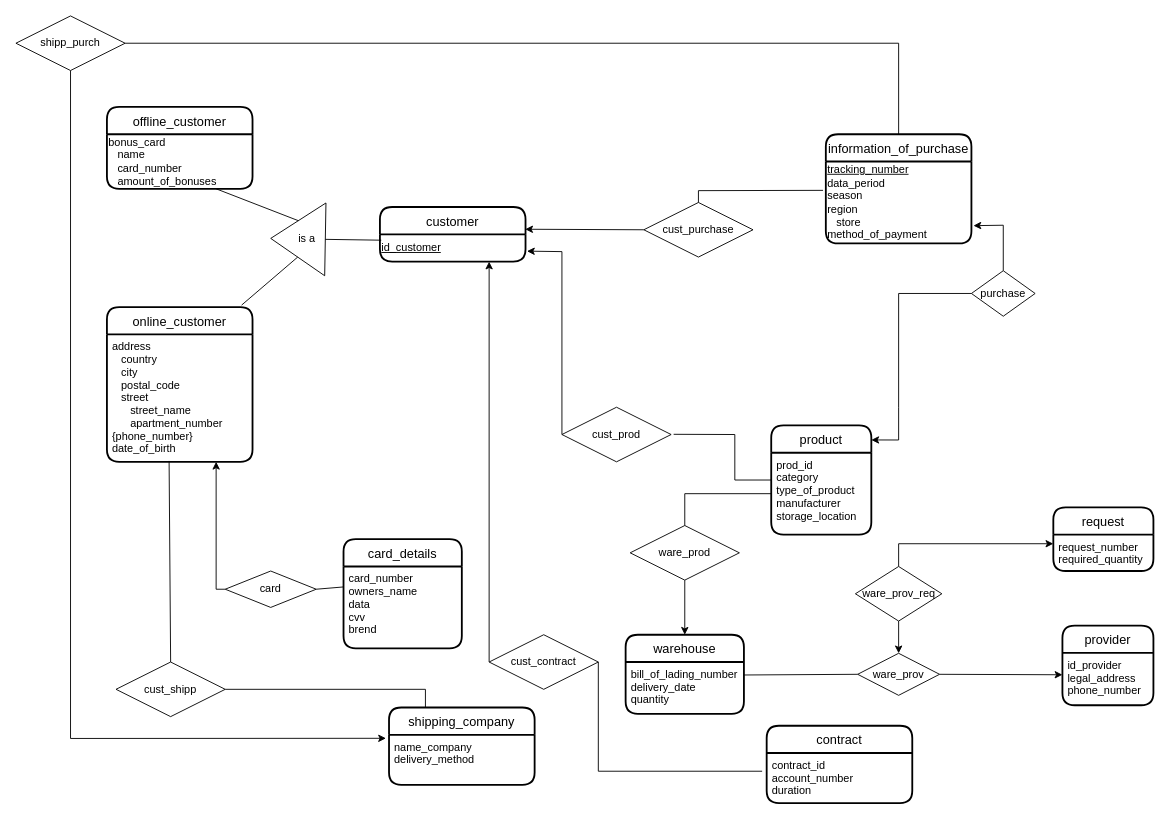
Earlier version of the draw.io diagram Untitled Diagram.drawio (Adilbek-Asilzat/DB). Source tidied: cells renumbered, new cells numbered last; positions are measured from the earlier drawing's top-left corner, leaving out a move shared by most shapes. Both pictures are drawn from the tidied source at 91%, with x=0, y=0 at pixel (15, 15).
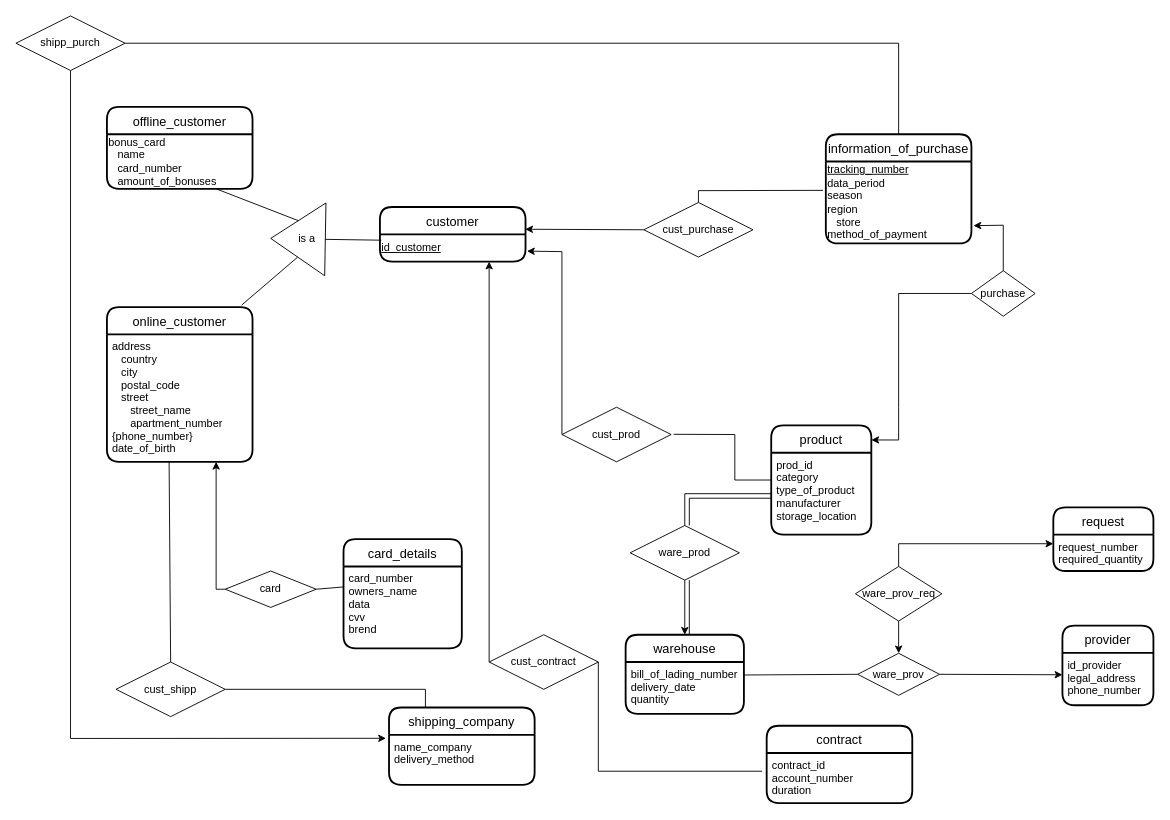
The same diagram, later.

The edit, as a diff of the source:
```diff
@@
+    <mxCell id="60" style="endArrow=none;html=1;rounded=0;" parent="1" edge="1">
+      <mxGeometry relative="1" as="geometry">
+        <mxPoint x="740" y="560" as="sourcePoint" />
+        <mxPoint x="830" y="530" as="targetPoint" />
+        <Array as="points">
+          <mxPoint x="740" y="530" />
+        </Array>
+      </mxGeometry>
+    </mxCell>
+    <mxCell id="61" style="endArrow=none;html=1;rounded=0;" parent="1" edge="1">
+      <mxGeometry relative="1" as="geometry">
+        <mxPoint x="740" y="620" as="sourcePoint" />
+        <mxPoint x="740" y="680" as="targetPoint" />
+      </mxGeometry>
+    </mxCell>
```
